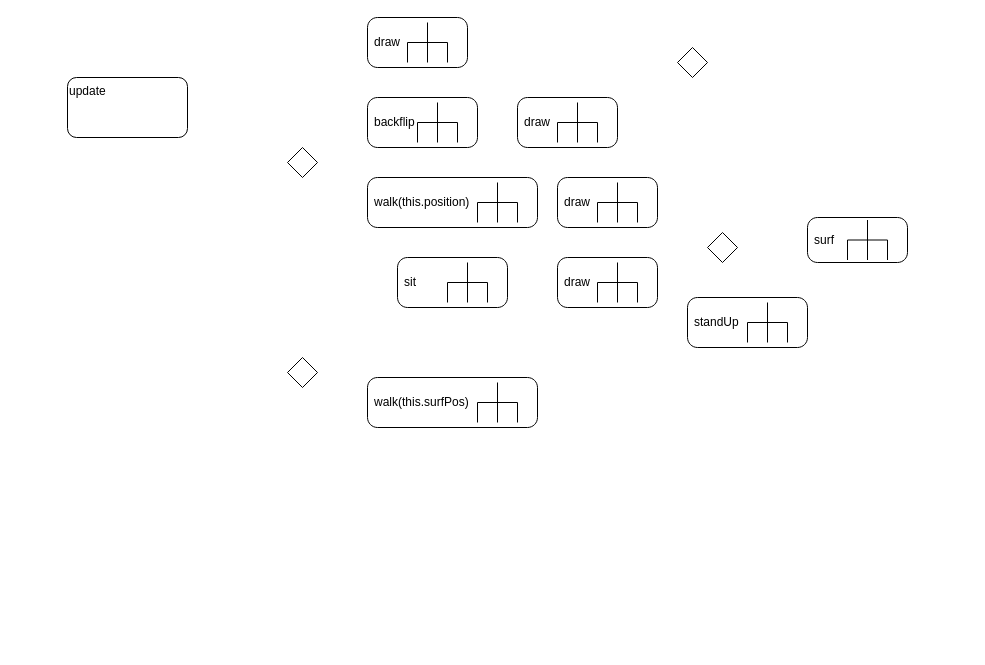
This is A11/ClickyBeach.drawio from richamukasa/EIA2-SoSe2022, a draw.io file, before an edit. Source tidied: cells renumbered, new cells numbered last; positions are measured from the earlier drawing's top-left corner, leaving out a move shared by most shapes. Both pictures are drawn from the tidied source at 100%, with x=0, y=0 at pixel (67, 17).
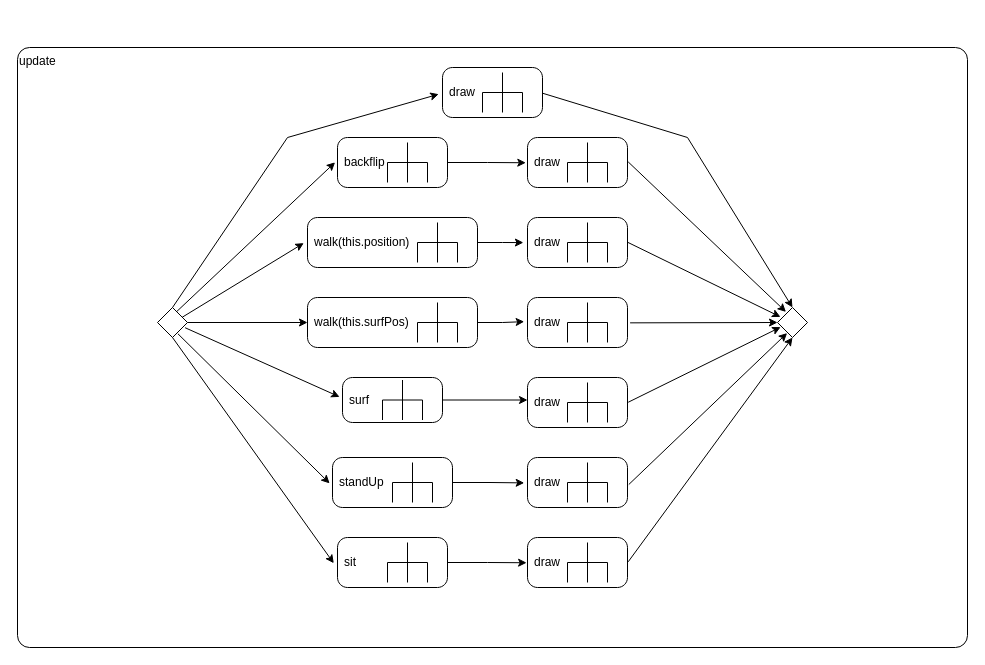
After the change.

The edit, as a diff of the source:
```diff
@@
-    <mxCell id="2" value="update" style="rounded=1;whiteSpace=wrap;html=1;verticalAlign=top;align=left;" parent="1" vertex="1">
-      <mxGeometry y="60" width="120" height="60" as="geometry" />
+    <mxCell id="2" value="update" style="rounded=1;whiteSpace=wrap;html=1;verticalAlign=top;align=left;arcSize=2;" parent="1" vertex="1">
+      <mxGeometry x="-50" y="30" width="950" height="600" as="geometry" />
     </mxCell>
-    <mxCell id="3" style="rhombus;whiteSpace=wrap;html=1;" parent="1" vertex="1">
-      <mxGeometry x="220" y="130" width="30" height="30" as="geometry" />
-    </mxCell>
     <mxCell id="4" style="rhombus;whiteSpace=wrap;html=1;" parent="1" vertex="1">
-      <mxGeometry x="220" y="340" width="30" height="30" as="geometry" />
+      <mxGeometry x="90" y="290" width="30" height="30" as="geometry" />
     </mxCell>
     <mxCell id="5" value="draw" style="shape=mxgraph.uml25.behaviorAction;html=1;rounded=1;absoluteArcSize=1;arcSize=10;align=left;spacingLeft=5;" parent="1" vertex="1">
-      <mxGeometry x="300" width="100" height="50" as="geometry" />
+      <mxGeometry x="375" y="50" width="100" height="50" as="geometry" />
     </mxCell>
+    <mxCell id="17" style="edgeStyle=orthogonalEdgeStyle;rounded=0;jettySize=auto;html=1;entryX=0;entryY=0.45;entryDx=0;entryDy=0;entryPerimeter=0;" parent="1" edge="1" source="6" target="23">
+      <mxGeometry relative="1" as="geometry" />
+    </mxCell>
     <mxCell id="6" value="surf" style="shape=mxgraph.uml25.behaviorAction;html=1;rounded=1;absoluteArcSize=1;arcSize=10;align=left;spacingLeft=5;" parent="1" vertex="1">
-      <mxGeometry x="740" y="200" width="100" height="45" as="geometry" />
+      <mxGeometry x="275" y="360" width="100" height="45" as="geometry" />
     </mxCell>
+    <mxCell id="18" style="edgeStyle=orthogonalEdgeStyle;rounded=0;jettySize=auto;html=1;entryX=-0.017;entryY=0.505;entryDx=0;entryDy=0;entryPerimeter=0;" parent="1" edge="1" source="7" target="12">
+      <mxGeometry relative="1" as="geometry" />
+    </mxCell>
     <mxCell id="7" value="backflip" style="shape=mxgraph.uml25.behaviorAction;html=1;rounded=1;absoluteArcSize=1;arcSize=10;align=left;spacingLeft=5;" parent="1" vertex="1">
-      <mxGeometry x="300" y="80" width="110" height="50" as="geometry" />
+      <mxGeometry x="270" y="120" width="110" height="50" as="geometry" />
     </mxCell>
+    <mxCell id="19" style="edgeStyle=orthogonalEdgeStyle;rounded=0;jettySize=auto;html=1;entryX=-0.009;entryY=0.505;entryDx=0;entryDy=0;entryPerimeter=0;" parent="1" edge="1" source="8" target="25">
+      <mxGeometry relative="1" as="geometry" />
+    </mxCell>
     <mxCell id="8" value="sit" style="shape=mxgraph.uml25.behaviorAction;html=1;rounded=1;absoluteArcSize=1;arcSize=10;align=left;spacingLeft=5;" parent="1" vertex="1">
-      <mxGeometry x="330" y="240" width="110" height="50" as="geometry" />
+      <mxGeometry x="270" y="520" width="110" height="50" as="geometry" />
     </mxCell>
+    <mxCell id="20" style="edgeStyle=orthogonalEdgeStyle;rounded=0;jettySize=auto;html=1;entryX=-0.041;entryY=0.502;entryDx=0;entryDy=0;entryPerimeter=0;" parent="1" edge="1" source="9" target="13">
+      <mxGeometry relative="1" as="geometry" />
+    </mxCell>
     <mxCell id="9" value="walk(this.position)" style="shape=mxgraph.uml25.behaviorAction;html=1;rounded=1;absoluteArcSize=1;arcSize=10;align=left;spacingLeft=5;" parent="1" vertex="1">
-      <mxGeometry x="300" y="160" width="170" height="50" as="geometry" />
+      <mxGeometry x="240" y="200" width="170" height="50" as="geometry" />
     </mxCell>
     <mxCell id="10" style="rhombus;whiteSpace=wrap;html=1;" parent="1" vertex="1">
-      <mxGeometry x="640" y="215" width="30" height="30" as="geometry" />
+      <mxGeometry x="710" y="290" width="30" height="30" as="geometry" />
     </mxCell>
-    <mxCell id="11" style="rhombus;whiteSpace=wrap;html=1;" parent="1" vertex="1">
-      <mxGeometry x="610" y="30" width="30" height="30" as="geometry" />
-    </mxCell>
     <mxCell id="12" value="draw" style="shape=mxgraph.uml25.behaviorAction;html=1;rounded=1;absoluteArcSize=1;arcSize=10;align=left;spacingLeft=5;" parent="1" vertex="1">
-      <mxGeometry x="450" y="80" width="100" height="50" as="geometry" />
+      <mxGeometry x="460" y="120" width="100" height="50" as="geometry" />
     </mxCell>
     <mxCell id="13" value="draw" style="shape=mxgraph.uml25.behaviorAction;html=1;rounded=1;absoluteArcSize=1;arcSize=10;align=left;spacingLeft=5;" parent="1" vertex="1">
-      <mxGeometry x="490" y="160" width="100" height="50" as="geometry" />
+      <mxGeometry x="460" y="200" width="100" height="50" as="geometry" />
     </mxCell>
     <mxCell id="14" value="draw" style="shape=mxgraph.uml25.behaviorAction;html=1;rounded=1;absoluteArcSize=1;arcSize=10;align=left;spacingLeft=5;" parent="1" vertex="1">
-      <mxGeometry x="490" y="240" width="100" height="50" as="geometry" />
+      <mxGeometry x="460" y="280" width="100" height="50" as="geometry" />
     </mxCell>
+    <mxCell id="21" style="edgeStyle=orthogonalEdgeStyle;rounded=0;jettySize=auto;html=1;entryX=-0.033;entryY=0.483;entryDx=0;entryDy=0;entryPerimeter=0;" parent="1" edge="1" source="15" target="14">
+      <mxGeometry relative="1" as="geometry" />
+    </mxCell>
     <mxCell id="15" value="walk(this.surfPos)" style="shape=mxgraph.uml25.behaviorAction;html=1;rounded=1;absoluteArcSize=1;arcSize=10;align=left;spacingLeft=5;" parent="1" vertex="1">
-      <mxGeometry x="300" y="360" width="170" height="50" as="geometry" />
+      <mxGeometry x="240" y="280" width="170" height="50" as="geometry" />
     </mxCell>
+    <mxCell id="22" style="edgeStyle=orthogonalEdgeStyle;rounded=0;jettySize=auto;html=1;entryX=-0.033;entryY=0.508;entryDx=0;entryDy=0;entryPerimeter=0;" parent="1" edge="1" source="16" target="24">
+      <mxGeometry relative="1" as="geometry" />
+    </mxCell>
     <mxCell id="16" value="standUp" style="shape=mxgraph.uml25.behaviorAction;html=1;rounded=1;absoluteArcSize=1;arcSize=10;align=left;spacingLeft=5;" parent="1" vertex="1">
-      <mxGeometry x="620" y="280" width="120" height="50" as="geometry" />
+      <mxGeometry x="265" y="440" width="120" height="50" as="geometry" />
     </mxCell>
+    <mxCell id="23" value="draw" style="shape=mxgraph.uml25.behaviorAction;html=1;rounded=1;absoluteArcSize=1;arcSize=10;align=left;spacingLeft=5;" parent="1" vertex="1">
+      <mxGeometry x="460" y="360" width="100" height="50" as="geometry" />
+    </mxCell>
+    <mxCell id="24" value="draw" style="shape=mxgraph.uml25.behaviorAction;html=1;rounded=1;absoluteArcSize=1;arcSize=10;align=left;spacingLeft=5;" parent="1" vertex="1">
+      <mxGeometry x="460" y="440" width="100" height="50" as="geometry" />
+    </mxCell>
+    <mxCell id="25" value="draw" style="shape=mxgraph.uml25.behaviorAction;html=1;rounded=1;absoluteArcSize=1;arcSize=10;align=left;spacingLeft=5;" parent="1" vertex="1">
+      <mxGeometry x="460" y="520" width="100" height="50" as="geometry" />
+    </mxCell>
+    <mxCell id="26" style="endArrow=classic;html=1;rounded=0;exitX=0.5;exitY=0;exitDx=0;exitDy=0;entryX=-0.038;entryY=0.534;entryDx=0;entryDy=0;entryPerimeter=0;" parent="1" edge="1" source="4" target="5">
+      <mxGeometry relative="1" as="geometry">
+        <Array as="points">
+          <mxPoint x="220" y="120" />
+        </Array>
+      </mxGeometry>
+    </mxCell>
+    <mxCell id="27" style="endArrow=classic;html=1;rounded=0;exitX=0.5;exitY=1;exitDx=0;exitDy=0;entryX=-0.034;entryY=0.515;entryDx=0;entryDy=0;entryPerimeter=0;" parent="1" edge="1" source="4" target="8">
+      <mxGeometry relative="1" as="geometry" />
+    </mxCell>
+    <mxCell id="28" style="endArrow=classic;html=1;rounded=0;exitX=1;exitY=0.5;exitDx=0;exitDy=0;entryX=0;entryY=0.5;entryDx=0;entryDy=0;entryPerimeter=0;" parent="1" edge="1" source="4" target="15">
+      <mxGeometry relative="1" as="geometry" />
+    </mxCell>
+    <mxCell id="29" style="endArrow=classic;html=1;rounded=0;exitX=0.823;exitY=0.325;exitDx=0;exitDy=0;entryX=-0.022;entryY=0.512;entryDx=0;entryDy=0;entryPerimeter=0;exitPerimeter=0;" parent="1" edge="1" source="4" target="9">
+      <mxGeometry relative="1" as="geometry" />
+    </mxCell>
+    <mxCell id="30" style="endArrow=classic;html=1;rounded=0;exitX=0.647;exitY=0.129;exitDx=0;exitDy=0;exitPerimeter=0;entryX=-0.022;entryY=0.497;entryDx=0;entryDy=0;entryPerimeter=0;" parent="1" edge="1" source="4" target="7">
+      <mxGeometry relative="1" as="geometry" />
+    </mxCell>
+    <mxCell id="31" style="endArrow=classic;html=1;rounded=0;exitX=0.68;exitY=0.876;exitDx=0;exitDy=0;exitPerimeter=0;entryX=-0.024;entryY=0.518;entryDx=0;entryDy=0;entryPerimeter=0;" parent="1" edge="1" source="4" target="16">
+      <mxGeometry relative="1" as="geometry" />
+    </mxCell>
+    <mxCell id="32" style="endArrow=classic;html=1;rounded=0;exitX=0.92;exitY=0.674;exitDx=0;exitDy=0;exitPerimeter=0;entryX=-0.029;entryY=0.431;entryDx=0;entryDy=0;entryPerimeter=0;" parent="1" edge="1" source="4" target="6">
+      <mxGeometry relative="1" as="geometry" />
+    </mxCell>
+    <mxCell id="33" style="endArrow=classic;html=1;rounded=0;exitX=1;exitY=0.514;exitDx=0;exitDy=0;exitPerimeter=0;entryX=0.5;entryY=0;entryDx=0;entryDy=0;" parent="1" edge="1" source="5" target="10">
+      <mxGeometry relative="1" as="geometry">
+        <Array as="points">
+          <mxPoint x="620" y="120" />
+        </Array>
+      </mxGeometry>
+    </mxCell>
+    <mxCell id="34" style="endArrow=classic;html=1;rounded=0;exitX=1.007;exitY=0.486;exitDx=0;exitDy=0;exitPerimeter=0;entryX=0.5;entryY=1;entryDx=0;entryDy=0;" parent="1" edge="1" source="25" target="10">
+      <mxGeometry relative="1" as="geometry" />
+    </mxCell>
+    <mxCell id="35" style="endArrow=classic;html=1;rounded=0;entryX=0;entryY=0.5;entryDx=0;entryDy=0;exitX=1.026;exitY=0.507;exitDx=0;exitDy=0;exitPerimeter=0;" parent="1" edge="1" source="14" target="10">
+      <mxGeometry relative="1" as="geometry" />
+    </mxCell>
+    <mxCell id="36" style="endArrow=classic;html=1;rounded=0;exitX=1.013;exitY=0.54;exitDx=0;exitDy=0;exitPerimeter=0;entryX=0.32;entryY=0.853;entryDx=0;entryDy=0;entryPerimeter=0;" parent="1" edge="1" source="24" target="10">
+      <mxGeometry relative="1" as="geometry" />
+    </mxCell>
+    <mxCell id="37" style="endArrow=classic;html=1;rounded=0;exitX=1.007;exitY=0.495;exitDx=0;exitDy=0;exitPerimeter=0;entryX=0.105;entryY=0.654;entryDx=0;entryDy=0;entryPerimeter=0;" parent="1" edge="1" source="23" target="10">
+      <mxGeometry relative="1" as="geometry" />
+    </mxCell>
+    <mxCell id="38" style="endArrow=classic;html=1;rounded=0;exitX=1.003;exitY=0.497;exitDx=0;exitDy=0;exitPerimeter=0;entryX=0.1;entryY=0.314;entryDx=0;entryDy=0;entryPerimeter=0;" parent="1" edge="1" source="13" target="10">
+      <mxGeometry relative="1" as="geometry" />
+    </mxCell>
+    <mxCell id="39" style="endArrow=classic;html=1;rounded=0;exitX=1.007;exitY=0.488;exitDx=0;exitDy=0;exitPerimeter=0;entryX=0.282;entryY=0.147;entryDx=0;entryDy=0;entryPerimeter=0;" parent="1" edge="1" source="12" target="10">
+      <mxGeometry relative="1" as="geometry" />
+    </mxCell>
```
